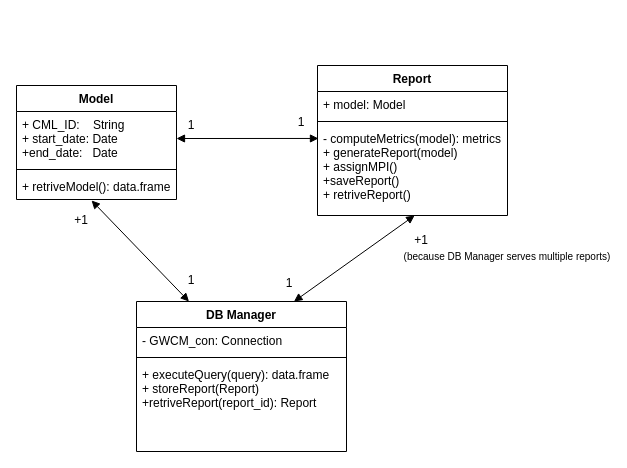
The draw.io diagram ClassDiagram.drawio in aminrigi/Network_CommunityDetection, before the edit. Source tidied: cells renumbered, new cells numbered last; positions are measured from the earlier drawing's top-left corner, leaving out a move shared by most shapes. Both pictures are drawn from the tidied source at 100%, with x=0, y=0 at pixel (16, 65).
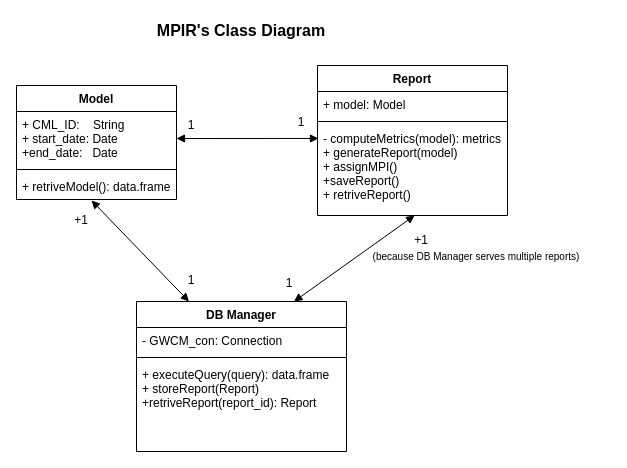
Above is the later version.

What changed in the source:
```diff
@@
     <mxCell id="25" value="(because DB Manager serves multiple reports)" style="text;align=center;fontStyle=0;verticalAlign=middle;spacingLeft=3;spacingRight=3;strokeColor=none;fontSize=10;" parent="1" vertex="1">
-      <mxGeometry x="451" y="180" width="80" height="22" as="geometry" />
+      <mxGeometry x="420" y="180" width="80" height="22" as="geometry" />
     </mxCell>
+    <mxCell id="26" value="MPIR's Class Diagram" style="text;align=center;fontStyle=1;verticalAlign=middle;spacingLeft=3;spacingRight=3;strokeColor=none;fontSize=16;" parent="1" vertex="1">
+      <mxGeometry x="185" y="-49" width="80" height="26" as="geometry" />
+    </mxCell>
```
